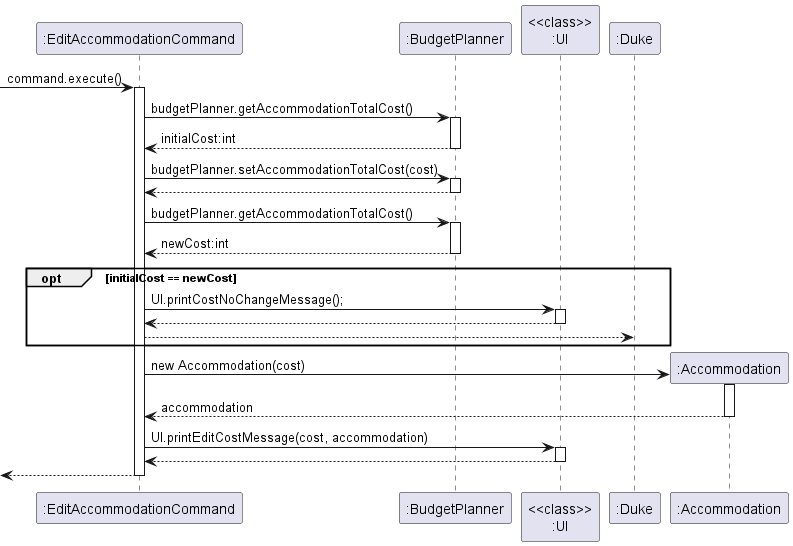
Above: docs/diagrams/budget/EditAccommodationCommand.png in nus-cs2113-AY2223S2/tp (PlantUML), before the change.
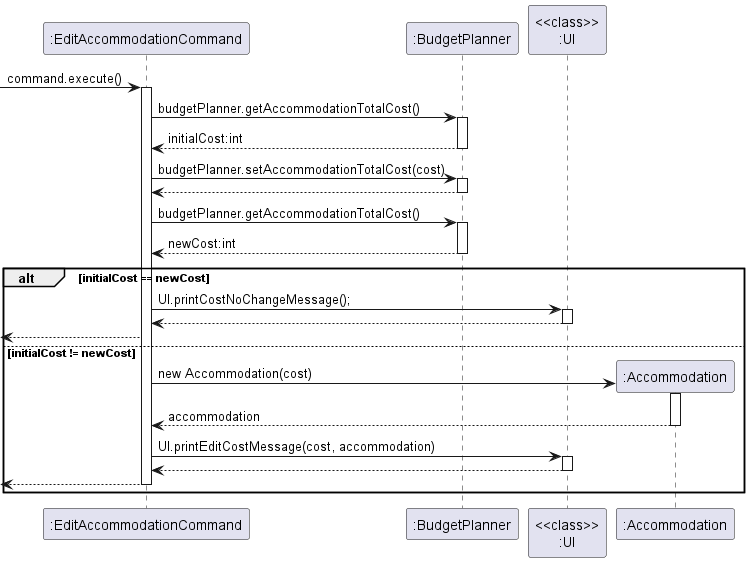
The same file after the commit.

Commit message:
remove Duke from sequence diagram and change opt blocks to alt blocks

The edit, as a diff of the source:
```diff
@@ -13,13 +13,13 @@
 activate ":BudgetPlanner"
 ":EditAccommodationCommand" <-- ":BudgetPlanner" : newCost:int
 deactivate ":BudgetPlanner"
-opt initialCost == newCost
+alt initialCost == newCost
 ":EditAccommodationCommand" -> "<<class>>\n:UI" : UI.printCostNoChangeMessage();
 activate "<<class>>\n:UI"
 ":EditAccommodationCommand" <-- "<<class>>\n:UI"
 deactivate "<<class>>\n:UI"
-":EditAccommodationCommand" --> ":Duke"
-end
+<-- ":EditAccommodationCommand"
+else initialCost != newCost
 create ":Accommodation"
 ":EditAccommodationCommand" -> ":Accommodation" : new Accommodation(cost)
 activate ":Accommodation"
@@ -31,4 +31,5 @@
 deactivate "<<class>>\n:UI"
 <-- ":EditAccommodationCommand"
 deactivate ":EditAccommodationCommand"
+end
 @enduml
```
